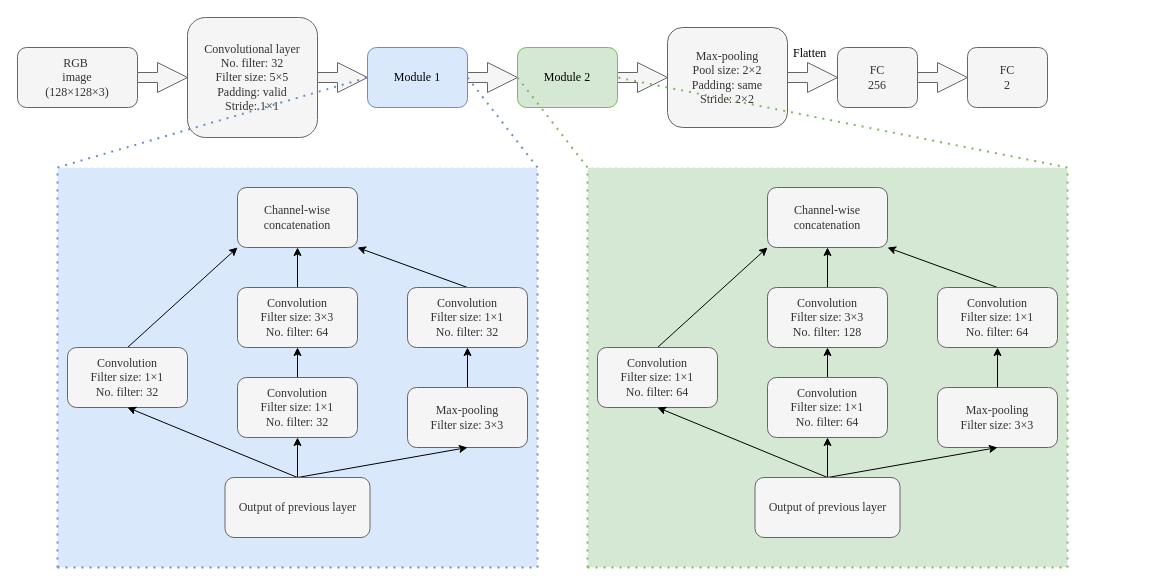
This is cv.drawio from CharmonyShen/text-to-speech, a draw.io file, before an edit. Source tidied: cells renumbered, new cells numbered last; positions are measured from the earlier drawing's top-left corner, leaving out a move shared by most shapes. Both pictures are drawn from the tidied source at 100%, with x=0, y=0 at pixel (17, 17).
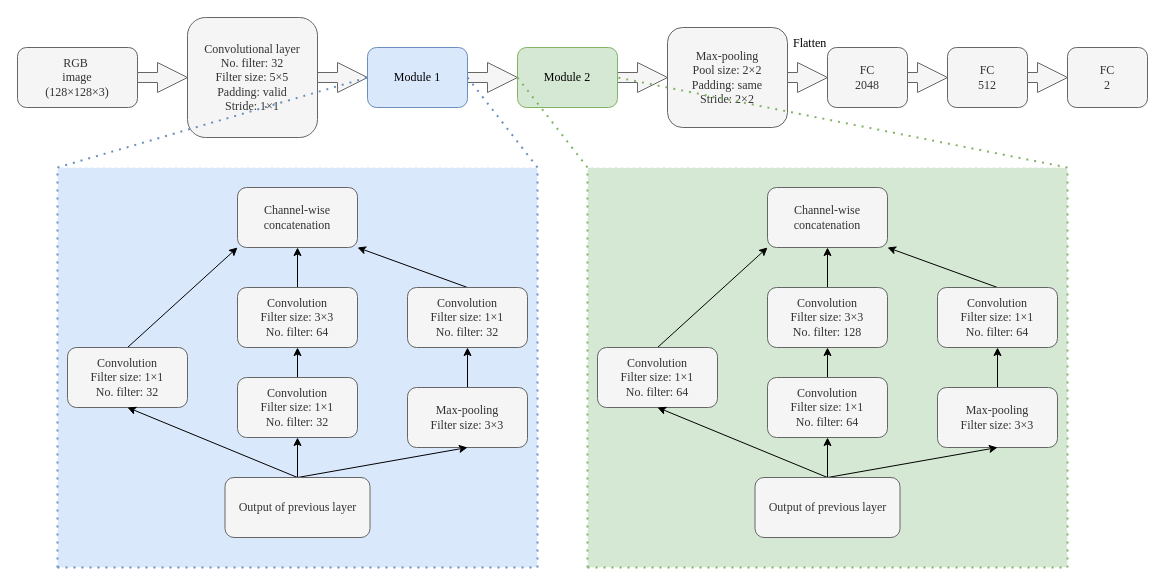
The same diagram, later.

Change to the diagram source:
```diff
@@
-    <mxCell id="15" value="FC&lt;br&gt;256" style="rounded=1;whiteSpace=wrap;html=1;fontFamily=Times New Roman;fillColor=#f5f5f5;fontColor=#333333;strokeColor=#666666;" parent="1" vertex="1">
-      <mxGeometry x="820" y="30" width="80" height="60" as="geometry" />
+    <mxCell id="15" value="FC&lt;br&gt;2048" style="rounded=1;whiteSpace=wrap;html=1;fontFamily=Times New Roman;fillColor=#f5f5f5;fontColor=#333333;strokeColor=#666666;" parent="1" vertex="1">
+      <mxGeometry x="810" y="30" width="80" height="60" as="geometry" />
     </mxCell>
-    <mxCell id="16" value="FC&lt;br&gt;2" style="rounded=1;whiteSpace=wrap;html=1;fontFamily=Times New Roman;fillColor=#f5f5f5;fontColor=#333333;strokeColor=#666666;" parent="1" vertex="1">
-      <mxGeometry x="950" y="30" width="80" height="60" as="geometry" />
+    <mxCell id="16" value="FC&lt;br&gt;512" style="rounded=1;whiteSpace=wrap;html=1;fontFamily=Times New Roman;fillColor=#f5f5f5;fontColor=#333333;strokeColor=#666666;" parent="1" vertex="1">
+      <mxGeometry x="930" y="30" width="80" height="60" as="geometry" />
     </mxCell>
     <mxCell id="17" value="Flatten" style="text;strokeColor=none;fillColor=none;align=left;verticalAlign=middle;spacingLeft=4;spacingRight=4;overflow=hidden;fontFamily=Times New Roman;" parent="1" vertex="1">
-      <mxGeometry x="770" y="20" width="80" height="30" as="geometry" />
+      <mxGeometry x="770" y="10" width="80" height="30" as="geometry" />
     </mxCell>
@@
+    <mxCell id="58" value="FC&lt;br&gt;2" style="rounded=1;whiteSpace=wrap;html=1;fontFamily=Times New Roman;fillColor=#f5f5f5;fontColor=#333333;strokeColor=#666666;" parent="1" vertex="1">
+      <mxGeometry x="1050" y="30" width="80" height="60" as="geometry" />
+    </mxCell>
+    <mxCell id="59" style="edgeStyle=orthogonalEdgeStyle;shape=arrow;rounded=0;orthogonalLoop=1;jettySize=auto;html=1;exitX=1;exitY=0.5;exitDx=0;exitDy=0;fontFamily=Times New Roman;fillColor=#f5f5f5;strokeColor=#666666;" parent="1" edge="1">
+      <mxGeometry relative="1" as="geometry">
+        <mxPoint x="1010" y="60" as="sourcePoint" />
+        <mxPoint x="1050" y="60" as="targetPoint" />
+        <Array as="points">
+          <mxPoint x="1010" y="40" />
+          <mxPoint x="1060" y="40" />
+        </Array>
+      </mxGeometry>
+    </mxCell>
```
